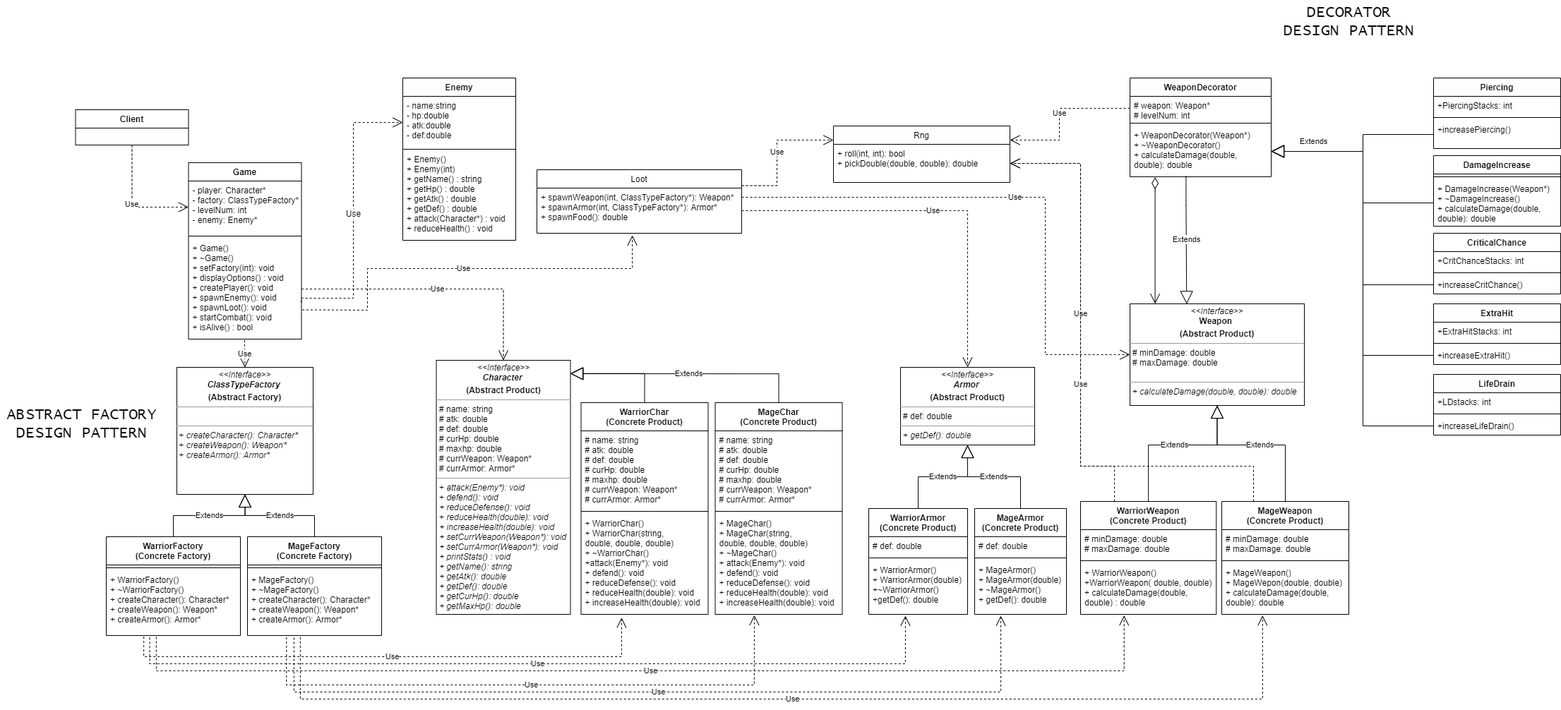
Sarah-Rami27/rat_rpg keeps this draw.io diagram as DesignDocuments/OMTv4.png. Above is the earlier version. Source tidied: cells renumbered, new cells last; positions are measured from the earlier drawing's top-left corner, leaving out a move shared by most shapes.
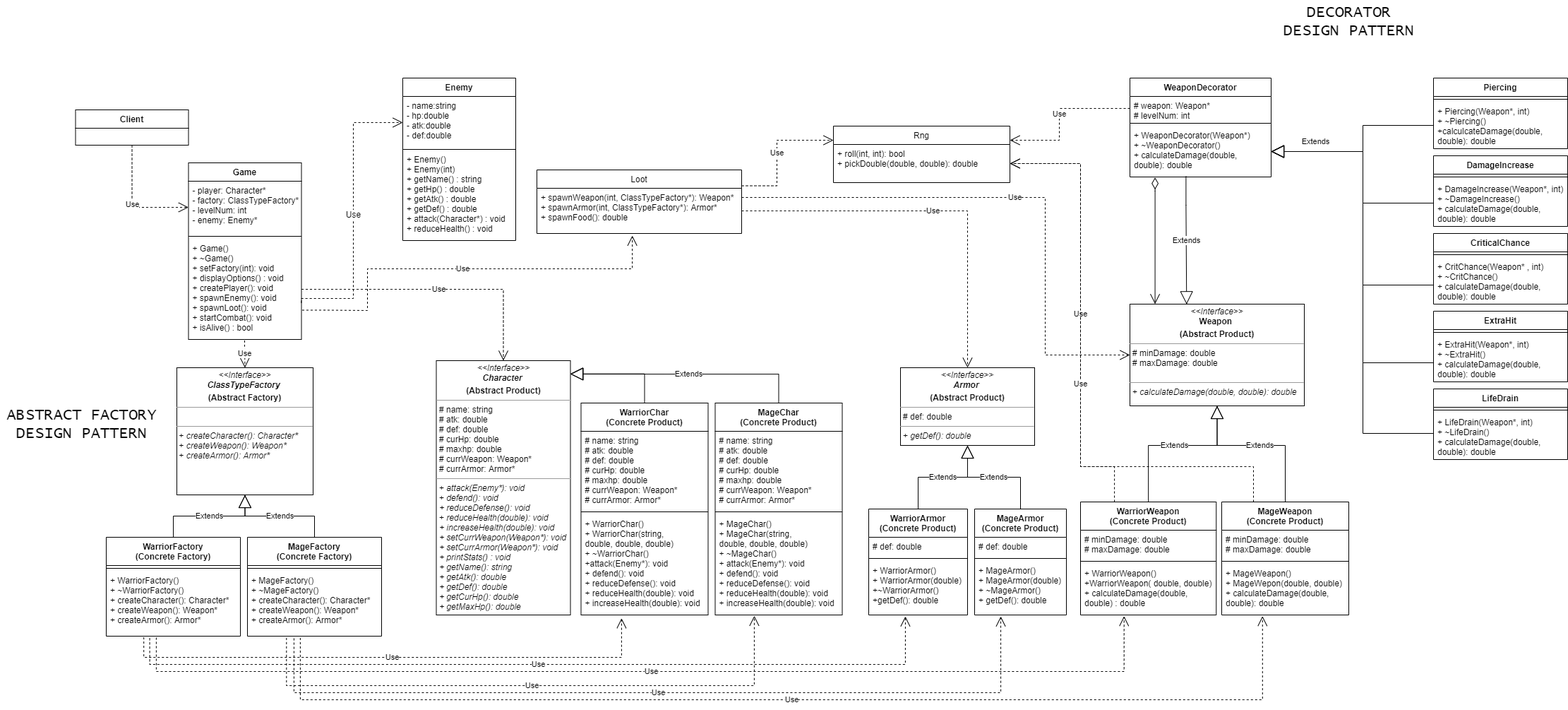
The same file after the commit.

The edit, as a diff of the source:
```diff
@@ -57,16 +57,13 @@
       <mxGeometry y="68" width="200" height="72" as="geometry" />
     </mxCell>
     <mxCell id="19" value="ExtraHit" style="swimlane;fontStyle=1;align=center;verticalAlign=top;horizontal=1;startSize=26;" parent="1" vertex="1">
-      <mxGeometry x="2030" y="430" width="180" height="86" as="geometry" />
+      <mxGeometry x="2030" y="440" width="190" height="100" as="geometry" />
     </mxCell>
-    <mxCell id="20" value="+ExtraHitStacks: int" style="text;strokeColor=none;fillColor=none;align=left;verticalAlign=top;spacingLeft=4;spacingRight=4;overflow=hidden;" parent="19" vertex="1">
-      <mxGeometry y="26" width="180" height="26" as="geometry" />
-    </mxCell>
     <mxCell id="21" style="line;strokeWidth=1;fillColor=none;align=left;verticalAlign=middle;spacingTop=-1;spacingLeft=3;spacingRight=3;labelPosition=right;" parent="19" vertex="1">
-      <mxGeometry y="52" width="180" height="8" as="geometry" />
+      <mxGeometry y="26" width="190" height="8" as="geometry" />
     </mxCell>
-    <mxCell id="22" value="+increaseExtraHit()" style="text;strokeColor=none;fillColor=none;align=left;verticalAlign=top;spacingLeft=4;spacingRight=4;overflow=hidden;points=[[0,0.5],[1,0.5]];portConstraint=eastwest;" parent="19" vertex="1">
-      <mxGeometry y="60" width="180" height="26" as="geometry" />
+    <mxCell id="22" value="+ ExtraHit(Weapon*, int)&#10;+ ~ExtraHit()&#10;+ calculateDamage(double, &#10;double): double" style="text;strokeColor=none;fillColor=none;align=left;verticalAlign=top;spacingLeft=4;spacingRight=4;overflow=hidden;points=[[0,0.5],[1,0.5]];portConstraint=eastwest;" parent="19" vertex="1">
+      <mxGeometry y="34" width="190" height="66" as="geometry" />
     </mxCell>
     <mxCell id="23" value="1" style="endArrow=open;html=1;endSize=12;startArrow=diamondThin;startSize=14;startFill=0;edgeStyle=orthogonalEdgeStyle;align=left;verticalAlign=bottom;rounded=0;noLabel=1;fontColor=none;entryX=0.144;entryY=-0.001;entryDx=0;entryDy=0;exitX=0.178;exitY=1.01;exitDx=0;exitDy=0;exitPerimeter=0;entryPerimeter=0;" parent="1" edge="1" source="18" target="33">
       <mxGeometry x="-1" y="3" relative="1" as="geometry">
@@ -80,25 +77,22 @@
       <mxGeometry y="570" width="230" height="60" as="geometry" />
     </mxCell>
     <mxCell id="25" value="DamageIncrease" style="swimlane;fontStyle=1;align=center;verticalAlign=top;horizontal=1;startSize=26;" parent="1" vertex="1">
-      <mxGeometry x="2030" y="220" width="180" height="100" as="geometry" />
+      <mxGeometry x="2030" y="220" width="190" height="100" as="geometry" />
     </mxCell>
     <mxCell id="26" style="line;strokeWidth=1;fillColor=none;align=left;verticalAlign=middle;spacingTop=-1;spacingLeft=3;spacingRight=3;labelPosition=right;" parent="25" vertex="1">
-      <mxGeometry y="26" width="180" height="8" as="geometry" />
+      <mxGeometry y="26" width="190" height="8" as="geometry" />
     </mxCell>
-    <mxCell id="27" value="+ DamageIncrease(Weapon*)&#10;+ ~DamageIncrease()&#10;+ calculateDamage(double, &#10;double): double" style="text;strokeColor=none;fillColor=none;align=left;verticalAlign=top;spacingLeft=4;spacingRight=4;overflow=hidden;points=[[0,0.5],[1,0.5]];portConstraint=eastwest;" parent="25" vertex="1">
-      <mxGeometry y="34" width="180" height="66" as="geometry" />
+    <mxCell id="27" value="+ DamageIncrease(Weapon*, int)&#10;+ ~DamageIncrease()&#10;+ calculateDamage(double, &#10;double): double" style="text;strokeColor=none;fillColor=none;align=left;verticalAlign=top;spacingLeft=4;spacingRight=4;overflow=hidden;points=[[0,0.5],[1,0.5]];portConstraint=eastwest;" parent="25" vertex="1">
+      <mxGeometry y="34" width="190" height="66" as="geometry" />
     </mxCell>
     <mxCell id="28" value="CriticalChance" style="swimlane;fontStyle=1;align=center;verticalAlign=top;horizontal=1;startSize=26;" parent="1" vertex="1">
-      <mxGeometry x="2030" y="330" width="180" height="86" as="geometry" />
+      <mxGeometry x="2030" y="330" width="190" height="100" as="geometry" />
     </mxCell>
-    <mxCell id="29" value="+CritChanceStacks: int" style="text;strokeColor=none;fillColor=none;align=left;verticalAlign=top;spacingLeft=4;spacingRight=4;overflow=hidden;" parent="28" vertex="1">
-      <mxGeometry y="26" width="180" height="26" as="geometry" />
-    </mxCell>
     <mxCell id="30" style="line;strokeWidth=1;fillColor=none;align=left;verticalAlign=middle;spacingTop=-1;spacingLeft=3;spacingRight=3;labelPosition=right;" parent="28" vertex="1">
-      <mxGeometry y="52" width="180" height="8" as="geometry" />
+      <mxGeometry y="26" width="190" height="8" as="geometry" />
     </mxCell>
-    <mxCell id="31" value="+increaseCritChance()" style="text;strokeColor=none;fillColor=none;align=left;verticalAlign=top;spacingLeft=4;spacingRight=4;overflow=hidden;points=[[0,0.5],[1,0.5]];portConstraint=eastwest;" parent="28" vertex="1">
-      <mxGeometry y="60" width="180" height="26" as="geometry" />
+    <mxCell id="31" value="+ CritChance(Weapon* , int)&#10;+ ~CritChance()&#10;+ calculateDamage(double,&#10;double): double" style="text;strokeColor=none;fillColor=none;align=left;verticalAlign=top;spacingLeft=4;spacingRight=4;overflow=hidden;points=[[0,0.5],[1,0.5]];portConstraint=eastwest;" parent="28" vertex="1">
+      <mxGeometry y="34" width="190" height="66" as="geometry" />
     </mxCell>
     <mxCell id="32" value="&lt;p style=&quot;margin: 0px ; margin-top: 4px ; text-align: center&quot;&gt;&lt;i&gt;&amp;lt;&amp;lt;Interface&amp;gt;&amp;gt;&lt;/i&gt;&lt;br&gt;&lt;b&gt;&lt;i&gt;Armor&lt;/i&gt;&amp;nbsp;&lt;/b&gt;&lt;/p&gt;&lt;p style=&quot;margin: 0px ; margin-top: 4px ; text-align: center&quot;&gt;&lt;b&gt;(Abstract Product)&lt;/b&gt;&lt;/p&gt;&lt;hr size=&quot;1&quot;&gt;&lt;p style=&quot;margin: 0px ; margin-left: 4px&quot;&gt;# def: double&lt;/p&gt;&lt;hr size=&quot;1&quot;&gt;&lt;p style=&quot;margin: 0px ; margin-left: 4px&quot;&gt;+ &lt;i&gt;getDef(): double&lt;/i&gt;&lt;br&gt;&lt;/p&gt;" style="verticalAlign=top;align=left;overflow=fill;fontSize=12;fontFamily=Helvetica;html=1;" parent="1" vertex="1">
       <mxGeometry x="1275" y="520" width="190" height="110" as="geometry" />
@@ -129,28 +123,22 @@
       </mxGeometry>
     </mxCell>
     <mxCell id="38" value="LifeDrain" style="swimlane;fontStyle=1;align=center;verticalAlign=top;horizontal=1;startSize=26;" parent="1" vertex="1">
-      <mxGeometry x="2030" y="530" width="180" height="86" as="geometry" />
+      <mxGeometry x="2030" y="550" width="190" height="100" as="geometry" />
     </mxCell>
-    <mxCell id="39" value="+LDstacks: int" style="text;strokeColor=none;fillColor=none;align=left;verticalAlign=top;spacingLeft=4;spacingRight=4;overflow=hidden;" parent="38" vertex="1">
-      <mxGeometry y="26" width="180" height="26" as="geometry" />
-    </mxCell>
     <mxCell id="40" style="line;strokeWidth=1;fillColor=none;align=left;verticalAlign=middle;spacingTop=-1;spacingLeft=3;spacingRight=3;labelPosition=right;" parent="38" vertex="1">
-      <mxGeometry y="52" width="180" height="8" as="geometry" />
+      <mxGeometry y="26" width="190" height="8" as="geometry" />
     </mxCell>
-    <mxCell id="41" value="+increaseLifeDrain()" style="text;strokeColor=none;fillColor=none;align=left;verticalAlign=top;spacingLeft=4;spacingRight=4;overflow=hidden;points=[[0,0.5],[1,0.5]];portConstraint=eastwest;" parent="38" vertex="1">
-      <mxGeometry y="60" width="180" height="26" as="geometry" />
+    <mxCell id="41" value="+ LifeDrain(Weapon*, int)&#10;+ ~LifeDrain()&#10;+ calculateDamage(double,&#10;double): double" style="text;strokeColor=none;fillColor=none;align=left;verticalAlign=top;spacingLeft=4;spacingRight=4;overflow=hidden;points=[[0,0.5],[1,0.5]];portConstraint=eastwest;" parent="38" vertex="1">
+      <mxGeometry y="34" width="190" height="66" as="geometry" />
     </mxCell>
     <mxCell id="42" value="Piercing" style="swimlane;fontStyle=1;align=center;verticalAlign=top;horizontal=1;startSize=26;" parent="1" vertex="1">
-      <mxGeometry x="2030" y="110" width="180" height="100" as="geometry" />
+      <mxGeometry x="2030" y="110" width="190" height="100" as="geometry" />
     </mxCell>
-    <mxCell id="43" value="+PiercingStacks: int" style="text;strokeColor=none;fillColor=none;align=left;verticalAlign=top;spacingLeft=4;spacingRight=4;overflow=hidden;" parent="42" vertex="1">
-      <mxGeometry y="26" width="180" height="26" as="geometry" />
-    </mxCell>
     <mxCell id="44" style="line;strokeWidth=1;fillColor=none;align=left;verticalAlign=middle;spacingTop=-1;spacingLeft=3;spacingRight=3;labelPosition=right;" parent="42" vertex="1">
-      <mxGeometry y="52" width="180" height="8" as="geometry" />
+      <mxGeometry y="26" width="190" height="8" as="geometry" />
     </mxCell>
-    <mxCell id="45" value="+increasePiercing()" style="text;strokeColor=none;fillColor=none;align=left;verticalAlign=top;spacingLeft=4;spacingRight=4;overflow=hidden;points=[[0,0.5],[1,0.5]];portConstraint=eastwest;" parent="42" vertex="1">
-      <mxGeometry y="60" width="180" height="40" as="geometry" />
+    <mxCell id="45" value="+ Piercing(Weapon*, int)&#10;+ ~Piercing()&#10;+calculcateDamage(double,&#10;double): double" style="text;strokeColor=none;fillColor=none;align=left;verticalAlign=top;spacingLeft=4;spacingRight=4;overflow=hidden;points=[[0,0.5],[1,0.5]];portConstraint=eastwest;" parent="42" vertex="1">
+      <mxGeometry y="34" width="190" height="66" as="geometry" />
     </mxCell>
     <mxCell id="46" value="Extends" style="endArrow=block;endSize=16;endFill=0;html=1;rounded=0;edgeStyle=orthogonalEdgeStyle;entryX=0.325;entryY=0.002;entryDx=0;entryDy=0;align=center;entryPerimeter=0;exitX=0.397;exitY=0.987;exitDx=0;exitDy=0;exitPerimeter=0;" parent="1" edge="1" source="18" target="33">
       <mxGeometry relative="1" as="geometry">
@@ -313,7 +301,7 @@
     <mxCell id="90" value="Extends" style="endArrow=block;endSize=16;endFill=0;html=1;rounded=0;edgeStyle=orthogonalEdgeStyle;entryX=1;entryY=0.5;entryDx=0;entryDy=0;align=center;exitX=0;exitY=0.5;exitDx=0;exitDy=0;" parent="1" edge="1" source="45" target="18">
       <mxGeometry x="0.53" y="-14" relative="1" as="geometry">
         <Array as="points">
-          <mxPoint x="1930" y="190" />
+          <mxPoint x="1930" y="177" />
           <mxPoint x="1930" y="214" />
         </Array>
       </mxGeometry>
@@ -337,7 +325,7 @@
     <mxCell id="93" value="Extends" style="endArrow=block;endSize=16;endFill=0;html=1;rounded=0;edgeStyle=orthogonalEdgeStyle;entryX=1;entryY=0.5;entryDx=0;entryDy=0;align=center;exitX=0;exitY=0.5;exitDx=0;exitDy=0;noLabel=1;fontColor=none;" parent="1" edge="1" source="22" target="18">
       <mxGeometry x="-0.05" relative="1" as="geometry">
         <Array as="points">
-          <mxPoint x="1930" y="503" />
+          <mxPoint x="1930" y="513" />
           <mxPoint x="1930" y="214" />
         </Array>
       </mxGeometry>
@@ -345,7 +333,7 @@
     <mxCell id="94" value="Extends" style="endArrow=block;endSize=16;endFill=0;html=1;rounded=0;edgeStyle=orthogonalEdgeStyle;entryX=1;entryY=0.5;entryDx=0;entryDy=0;align=center;exitX=0;exitY=0.5;exitDx=0;exitDy=0;noLabel=1;fontColor=none;" parent="1" edge="1" source="41" target="18">
       <mxGeometry x="-0.05" relative="1" as="geometry">
         <Array as="points">
-          <mxPoint x="1930" y="603" />
+          <mxPoint x="1930" y="613" />
           <mxPoint x="1930" y="214" />
         </Array>
       </mxGeometry>
```
